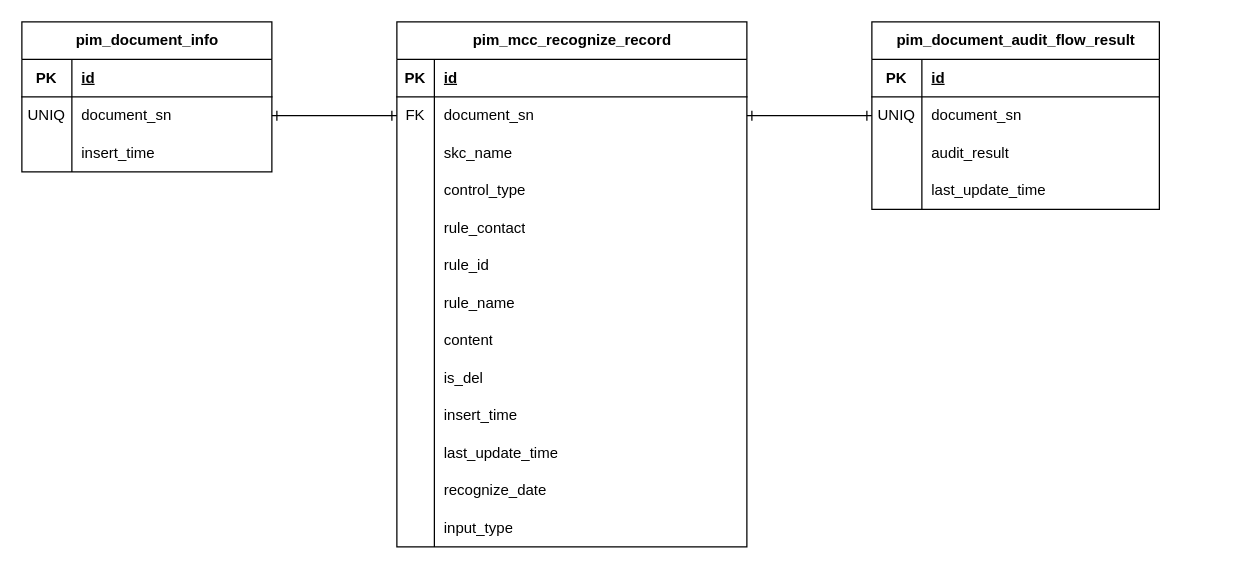
wangzijia122/drawio_repository keeps this draw.io diagram as ABC-117938_公文审核识别结果.drawio. Above is the earlier version. Source tidied: cells renumbered, new cells numbered last; positions are measured from the earlier drawing's top-left corner, leaving out a move shared by most shapes. Both pictures are drawn from the tidied source at 125%, with x=0, y=0 at pixel (21, 21).
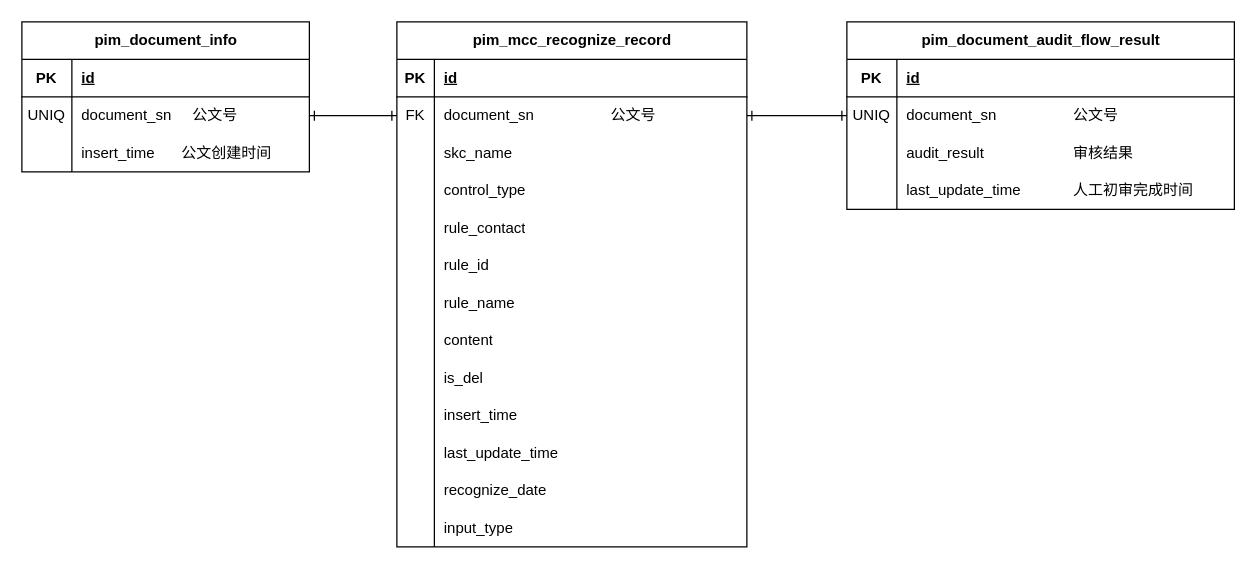
After the change.

Commit message (it also covers changes not shown here):
更新ABC-117938_公文审核识别结果.drawio

Unchanged cells that the change refers to:
```xml
<mxCell id="6" style="shape=tableRow;horizontal=0;startSize=0;swimlaneHead=0;swimlaneBody=0;fillColor=none;points=[[0,0.5],[1,0.5]];portConstraint=eastwest;top=0;left=0;right=0;bottom=0;" parent="2" vertex="1">
  <mxGeometry y="60" width="280" height="30" as="geometry" />
</mxCell>
```

What changed in the source:
```diff
@@
-    <mxCell id="8" value="document_sn" style="shape=partialRectangle;fillColor=none;top=0;left=0;bottom=0;right=0;align=left;spacingLeft=6;overflow=hidden;whiteSpace=wrap;html=1;" parent="6" vertex="1">
+    <mxCell id="8" value="document_sn&lt;span style=&quot;white-space: pre;&quot;&gt;&#9;&lt;/span&gt;&lt;span style=&quot;white-space: pre;&quot;&gt;&#9;&lt;/span&gt;&lt;span style=&quot;white-space: pre;&quot;&gt;&#9;&lt;/span&gt;公文号" style="shape=partialRectangle;fillColor=none;top=0;left=0;bottom=0;right=0;align=left;spacingLeft=6;overflow=hidden;whiteSpace=wrap;html=1;" parent="6" vertex="1">
       <mxGeometry x="30" width="250" height="30" as="geometry" />
     </mxCell>
@@
     <mxCell id="42" value="pim_document_info" style="shape=table;startSize=30;childLayout=tableLayout;rowLines=0;fontStyle=1;align=center;html=1;" parent="1" vertex="1">
-      <mxGeometry width="200" height="120" as="geometry" />
+      <mxGeometry width="230" height="120" as="geometry" />
     </mxCell>
     <mxCell id="43" style="shape=tableRow;horizontal=0;startSize=0;swimlaneHead=0;swimlaneBody=0;fillColor=none;top=0;left=0;right=0;bottom=1;" parent="42" vertex="1">
-      <mxGeometry y="30" width="200" height="30" as="geometry" />
+      <mxGeometry y="30" width="230" height="30" as="geometry" />
     </mxCell>
@@
     <mxCell id="45" value="id" style="shape=partialRectangle;fillColor=none;top=0;left=0;bottom=0;right=0;align=left;spacingLeft=6;fontStyle=5;overflow=hidden;whiteSpace=wrap;html=1;" parent="43" vertex="1">
-      <mxGeometry x="40" width="160" height="30" as="geometry" />
+      <mxGeometry x="40" width="190" height="30" as="geometry" />
     </mxCell>
     <mxCell id="46" style="shape=tableRow;horizontal=0;startSize=0;swimlaneHead=0;swimlaneBody=0;fillColor=none;points=[[0,0.5],[1,0.5]];portConstraint=eastwest;top=0;left=0;right=0;bottom=0;" parent="42" vertex="1">
-      <mxGeometry y="60" width="200" height="30" as="geometry" />
+      <mxGeometry y="60" width="230" height="30" as="geometry" />
     </mxCell>
@@
-    <mxCell id="48" value="document_sn" style="shape=partialRectangle;fillColor=none;top=0;left=0;bottom=0;right=0;align=left;spacingLeft=6;overflow=hidden;whiteSpace=wrap;html=1;" parent="46" vertex="1">
-      <mxGeometry x="40" width="160" height="30" as="geometry" />
+    <mxCell id="48" value="document_sn&amp;nbsp; &amp;nbsp; &amp;nbsp;公文号" style="shape=partialRectangle;fillColor=none;top=0;left=0;bottom=0;right=0;align=left;spacingLeft=6;overflow=hidden;whiteSpace=wrap;html=1;" parent="46" vertex="1">
+      <mxGeometry x="40" width="190" height="30" as="geometry" />
     </mxCell>
     <mxCell id="49" style="shape=tableRow;horizontal=0;startSize=0;swimlaneHead=0;swimlaneBody=0;fillColor=none;top=0;left=0;right=0;bottom=0;" parent="42" vertex="1">
-      <mxGeometry y="90" width="200" height="30" as="geometry" />
+      <mxGeometry y="90" width="230" height="30" as="geometry" />
     </mxCell>
@@
-    <mxCell id="51" value="insert_time" style="shape=partialRectangle;fillColor=none;top=0;left=0;bottom=0;right=0;align=left;spacingLeft=6;overflow=hidden;whiteSpace=wrap;html=1;" parent="49" vertex="1">
-      <mxGeometry x="40" width="160" height="30" as="geometry" />
+    <mxCell id="51" value="insert_time&lt;span style=&quot;white-space: pre;&quot;&gt;&#9;&lt;/span&gt;公文创建时间" style="shape=partialRectangle;fillColor=none;top=0;left=0;bottom=0;right=0;align=left;spacingLeft=6;overflow=hidden;whiteSpace=wrap;html=1;" parent="49" vertex="1">
+      <mxGeometry x="40" width="190" height="30" as="geometry" />
     </mxCell>
@@
     <mxCell id="53" value="pim_document_audit_flow_result" style="shape=table;startSize=30;childLayout=tableLayout;rowLines=0;fontStyle=1;align=center;html=1;" parent="1" vertex="1">
-      <mxGeometry x="680" width="230" height="150" as="geometry" />
+      <mxGeometry x="660" width="310" height="150" as="geometry" />
     </mxCell>
     <mxCell id="54" style="shape=tableRow;horizontal=0;startSize=0;swimlaneHead=0;swimlaneBody=0;fillColor=none;top=0;left=0;right=0;bottom=1;" parent="53" vertex="1">
-      <mxGeometry y="30" width="230" height="30" as="geometry" />
+      <mxGeometry y="30" width="310" height="30" as="geometry" />
     </mxCell>
@@
     <mxCell id="56" value="id" style="shape=partialRectangle;fillColor=none;top=0;left=0;bottom=0;right=0;align=left;spacingLeft=6;fontStyle=5;overflow=hidden;whiteSpace=wrap;html=1;" parent="54" vertex="1">
-      <mxGeometry x="40" width="190" height="30" as="geometry" />
+      <mxGeometry x="40" width="270" height="30" as="geometry" />
     </mxCell>
     <mxCell id="57" style="shape=tableRow;horizontal=0;startSize=0;swimlaneHead=0;swimlaneBody=0;fillColor=none;points=[[0,0.5],[1,0.5]];portConstraint=eastwest;top=0;left=0;right=0;bottom=0;" parent="53" vertex="1">
-      <mxGeometry y="60" width="230" height="30" as="geometry" />
+      <mxGeometry y="60" width="310" height="30" as="geometry" />
     </mxCell>
@@
-    <mxCell id="59" value="document_sn" style="shape=partialRectangle;fillColor=none;top=0;left=0;bottom=0;right=0;align=left;spacingLeft=6;overflow=hidden;whiteSpace=wrap;html=1;" parent="57" vertex="1">
-      <mxGeometry x="40" width="190" height="30" as="geometry" />
+    <mxCell id="59" value="document_sn&lt;span style=&quot;white-space: pre;&quot;&gt;&#9;&lt;/span&gt;&lt;span style=&quot;white-space: pre;&quot;&gt;&#9;&lt;span style=&quot;white-space: pre;&quot;&gt;&#9;&lt;/span&gt;&lt;/span&gt;公文号" style="shape=partialRectangle;fillColor=none;top=0;left=0;bottom=0;right=0;align=left;spacingLeft=6;overflow=hidden;whiteSpace=wrap;html=1;" parent="57" vertex="1">
+      <mxGeometry x="40" width="270" height="30" as="geometry" />
     </mxCell>
     <mxCell id="60" style="shape=tableRow;horizontal=0;startSize=0;swimlaneHead=0;swimlaneBody=0;fillColor=none;top=0;left=0;right=0;bottom=0;" parent="53" vertex="1">
-      <mxGeometry y="90" width="230" height="30" as="geometry" />
+      <mxGeometry y="90" width="310" height="30" as="geometry" />
     </mxCell>
@@
-    <mxCell id="62" value="audit_result" style="shape=partialRectangle;fillColor=none;top=0;left=0;bottom=0;right=0;align=left;spacingLeft=6;overflow=hidden;whiteSpace=wrap;html=1;" parent="60" vertex="1">
-      <mxGeometry x="40" width="190" height="30" as="geometry" />
+    <mxCell id="62" value="audit_result&lt;span style=&quot;white-space: pre;&quot;&gt;&#9;&lt;/span&gt;&lt;span style=&quot;white-space: pre;&quot;&gt;&#9;&lt;/span&gt;&lt;span style=&quot;white-space: pre;&quot;&gt;&#9;&lt;/span&gt;审核结果" style="shape=partialRectangle;fillColor=none;top=0;left=0;bottom=0;right=0;align=left;spacingLeft=6;overflow=hidden;whiteSpace=wrap;html=1;" parent="60" vertex="1">
+      <mxGeometry x="40" width="270" height="30" as="geometry" />
     </mxCell>
     <mxCell id="63" style="shape=tableRow;horizontal=0;startSize=0;swimlaneHead=0;swimlaneBody=0;fillColor=none;top=0;left=0;right=0;bottom=0;" parent="53" vertex="1">
-      <mxGeometry y="120" width="230" height="30" as="geometry" />
+      <mxGeometry y="120" width="310" height="30" as="geometry" />
     </mxCell>
@@
-    <mxCell id="65" value="last_update_time" style="shape=partialRectangle;fillColor=none;top=0;left=0;bottom=0;right=0;align=left;spacingLeft=6;overflow=hidden;whiteSpace=wrap;html=1;" parent="63" vertex="1">
-      <mxGeometry x="40" width="190" height="30" as="geometry" />
+    <mxCell id="65" value="last_update_time&lt;span style=&quot;white-space: pre;&quot;&gt;&#9;&lt;/span&gt;&lt;span style=&quot;white-space: pre;&quot;&gt;&#9;&lt;/span&gt;人工初审完成时间" style="shape=partialRectangle;fillColor=none;top=0;left=0;bottom=0;right=0;align=left;spacingLeft=6;overflow=hidden;whiteSpace=wrap;html=1;" parent="63" vertex="1">
+      <mxGeometry x="40" width="270" height="30" as="geometry" />
     </mxCell>
```
